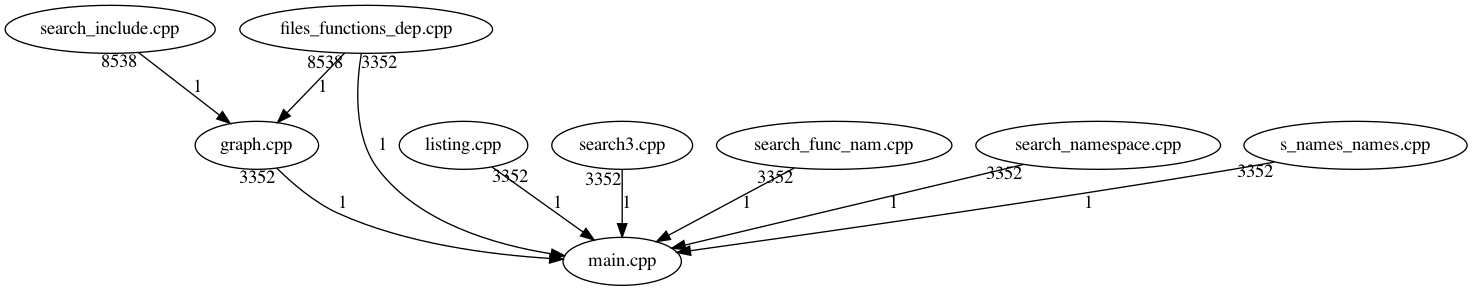
ZychDev/Zak_Io_Project keeps this Graphviz diagram as folder/pliki.dot.png. Above is the earlier version. Its source is kept beside it as folder/pliki.dot.
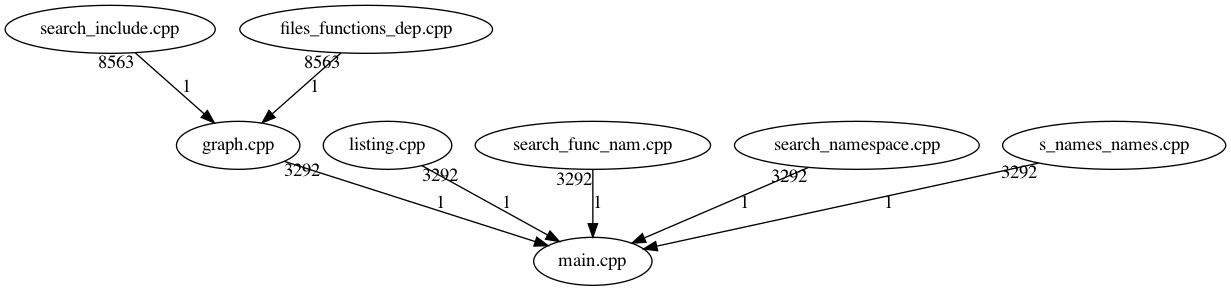
After the change.

The edit, as a diff of the source:
```diff
@@ -1,12 +1,10 @@
 digraph files_graph
 {
-"search_include.cpp"->"graph.cpp"[taillabel = 8538][label = 1]
-"files_functions_dep.cpp"->"graph.cpp"[taillabel = 8538][label = 1]
-"graph.cpp"->"main.cpp"[taillabel = 3352][label = 1]
-"listing.cpp"->"main.cpp"[taillabel = 3352][label = 1]
-"search3.cpp"->"main.cpp"[taillabel = 3352][label = 1]
-"search_func_nam.cpp"->"main.cpp"[taillabel = 3352][label = 1]
-"search_namespace.cpp"->"main.cpp"[taillabel = 3352][label = 1]
-"s_names_names.cpp"->"main.cpp"[taillabel = 3352][label = 1]
-"files_functions_dep.cpp"->"main.cpp"[taillabel = 3352][label = 1]
+"search_include.cpp"->"graph.cpp"[taillabel = 8563][label = 1]
+"files_functions_dep.cpp"->"graph.cpp"[taillabel = 8563][label = 1]
+"graph.cpp"->"main.cpp"[taillabel = 3292][label = 1]
+"listing.cpp"->"main.cpp"[taillabel = 3292][label = 1]
+"search_func_nam.cpp"->"main.cpp"[taillabel = 3292][label = 1]
+"search_namespace.cpp"->"main.cpp"[taillabel = 3292][label = 1]
+"s_names_names.cpp"->"main.cpp"[taillabel = 3292][label = 1]
 }
```
